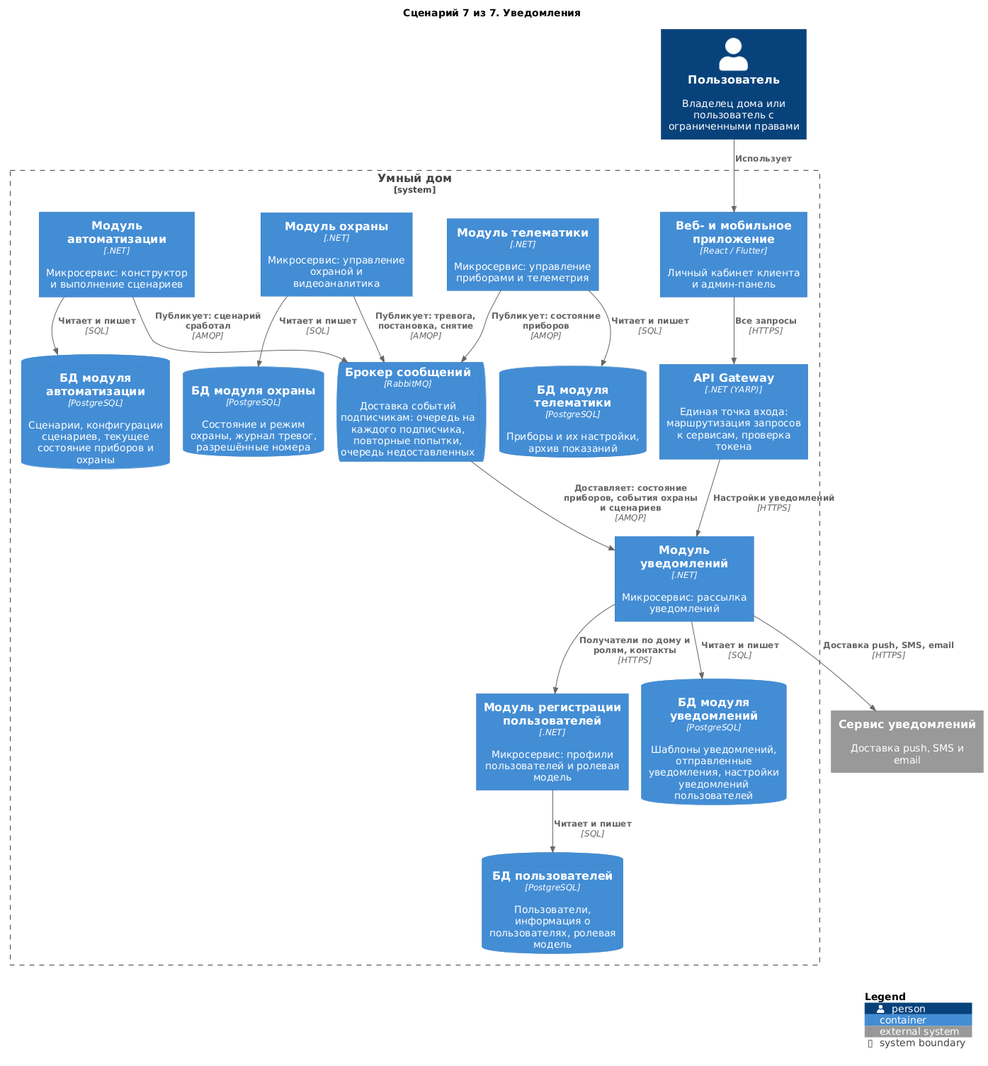
Before: diagrams/containers-scenarios/07-notifications.png, a diagram exported from PlantUML (Lyamin-av/architecture-warmhouse).
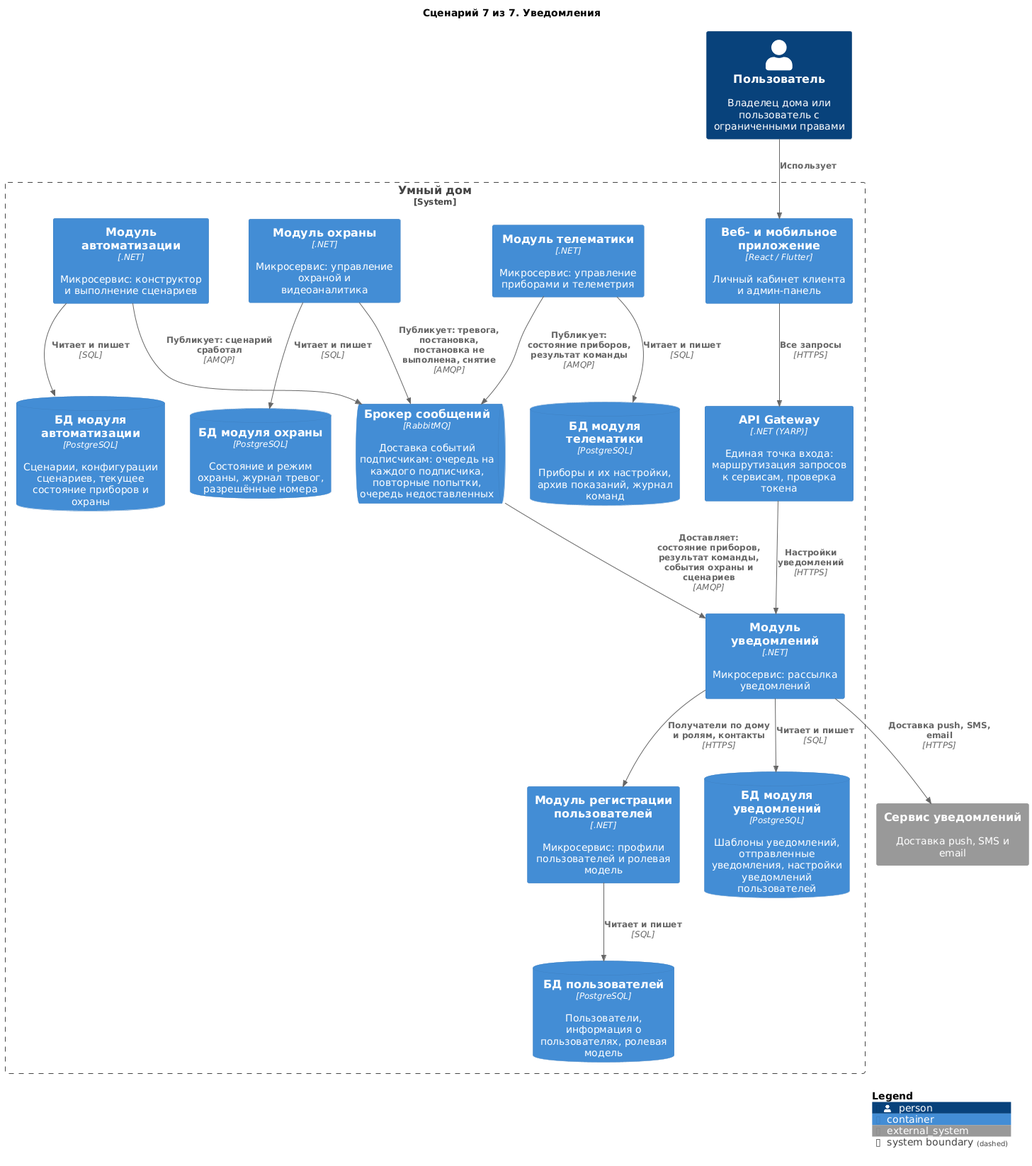
After the change.

Change to the diagram source:
```diff
@@ -15,7 +15,7 @@
     Container(Security, "Модуль охраны", ".NET", "Микросервис: управление охраной и видеоаналитика")
     Container(Automation, "Модуль автоматизации", ".NET", "Микросервис: конструктор и выполнение сценариев")
     ContainerDb(dbSecurity, "БД модуля охраны", "PostgreSQL", "Состояние и режим охраны, журнал тревог, разрешённые номера")
-    ContainerDb(dbTelematics, "БД модуля телематики", "PostgreSQL", "Приборы и их настройки, архив показаний")
+    ContainerDb(dbTelematics, "БД модуля телематики", "PostgreSQL", "Приборы и их настройки, архив показаний, журнал команд")
     ContainerDb(dbAuto, "БД модуля автоматизации", "PostgreSQL", "Сценарии, конфигурации сценариев, текущее состояние приборов и охраны")
     ContainerDb(dbNot, "БД модуля уведомлений", "PostgreSQL", "Шаблоны уведомлений, отправленные уведомления, настройки уведомлений пользователей")
     ContainerDb(dbUsers, "БД пользователей", "PostgreSQL", "Пользователи, информация о пользователях, ролевая модель")
@@ -26,10 +26,10 @@
 Rel(user, apps, "Использует")
 Rel(apps, Gateway, "Все запросы", "HTTPS")
 Rel(Gateway, Notification, "Настройки уведомлений", "HTTPS")
-Rel(Telematics, Broker, "Публикует: состояние приборов", "AMQP")
-Rel(Security, Broker, "Публикует: тревога, постановка, снятие", "AMQP")
+Rel(Telematics, Broker, "Публикует: состояние приборов, результат команды", "AMQP")
+Rel(Security, Broker, "Публикует: тревога, постановка, постановка не выполнена, снятие", "AMQP")
 Rel(Automation, Broker, "Публикует: сценарий сработал", "AMQP")
-Rel(Broker, Notification, "Доставляет: состояние приборов, события охраны и сценариев", "AMQP")
+Rel(Broker, Notification, "Доставляет: состояние приборов, результат команды, события охраны и сценариев", "AMQP")
 Rel(Notification, Users, "Получатели по дому и ролям, контакты", "HTTPS")
 Rel(Notification, notify, "Доставка push, SMS, email", "HTTPS")
 
```
